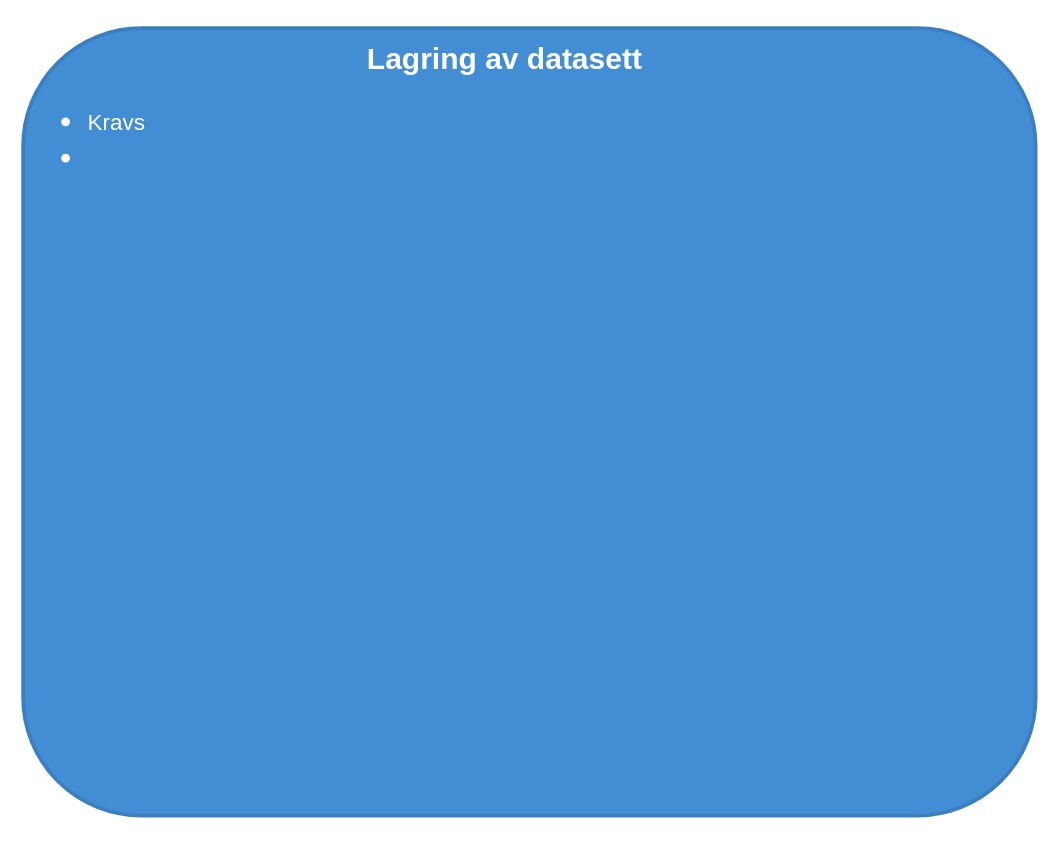
Before: page "Datalager" (9 of 14) of .drawio in mortenee/draw.io, a draw.io diagram. Source tidied: cells renumbered, new cells numbered last; positions are measured from the earlier drawing's top-left corner, leaving out a move shared by most shapes. Both pictures are drawn from the tidied source at 125%, with x=0, y=0 at pixel (22, 28).
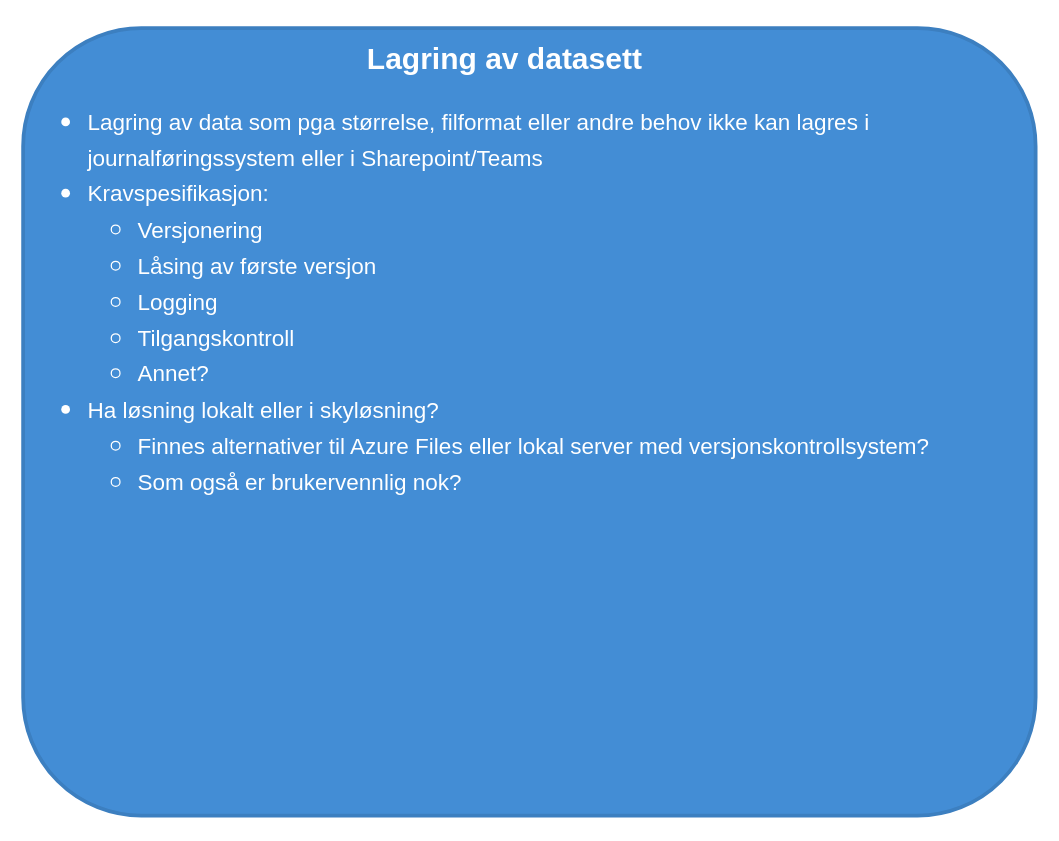
After the change.

Diff of the diagram source:
```diff
@@
 <mxGraphModel>
   <root>
     <mxCell id="0" />
     <mxCell id="1" parent="0" />
-    <mxCell id="2" value="&lt;h1 style=&quot;margin-top: 0px;&quot;&gt;&lt;div&gt;&lt;span style=&quot;font-size: 18px; font-weight: 400;&quot;&gt;&lt;br&gt;&lt;/span&gt;&lt;/div&gt;&lt;ul&gt;&lt;li&gt;&lt;span style=&quot;font-size: 18px; font-weight: 400;&quot;&gt;Kravs&lt;/span&gt;&lt;/li&gt;&lt;li&gt;&lt;span style=&quot;font-size: 18px; font-weight: 400;&quot;&gt;&lt;br&gt;&lt;/span&gt;&lt;/li&gt;&lt;/ul&gt;&lt;/h1&gt;" style="text;html=1;whiteSpace=wrap;overflow=hidden;rounded=1;fillColor=#438dd5;strokeColor=#3c7fc0;fontColor=#ffffff;fontFamily=Helvetica;fontSize=12;labelBackgroundColor=none;glass=0;shadow=0;strokeWidth=3;spacingLeft=10;" parent="1" vertex="1">
+    <mxCell id="2" value="&lt;h1 style=&quot;margin-top: 0px;&quot;&gt;&lt;div&gt;&lt;span style=&quot;font-size: 18px; font-weight: 400;&quot;&gt;&lt;br&gt;&lt;/span&gt;&lt;/div&gt;&lt;ul&gt;&lt;li&gt;&lt;span style=&quot;font-size: 18px; font-weight: 400;&quot;&gt;Lagring av data som pga størrelse, filformat eller andre behov ikke kan lagres i journalføringssystem eller i Sharepoint/Teams&lt;/span&gt;&lt;/li&gt;&lt;li&gt;&lt;span style=&quot;font-size: 18px; font-weight: 400;&quot;&gt;Kravspesifikasjon:&lt;/span&gt;&lt;/li&gt;&lt;ul&gt;&lt;li&gt;&lt;span style=&quot;font-size: 18px; font-weight: 400;&quot;&gt;Versjonering&lt;/span&gt;&lt;/li&gt;&lt;li&gt;&lt;span style=&quot;font-size: 18px; font-weight: 400;&quot;&gt;Låsing av første versjon&lt;/span&gt;&lt;/li&gt;&lt;li&gt;&lt;span style=&quot;font-size: 18px; font-weight: 400;&quot;&gt;Logging&lt;/span&gt;&lt;/li&gt;&lt;li&gt;&lt;span style=&quot;font-size: 18px; font-weight: 400;&quot;&gt;Tilgangskontroll&lt;/span&gt;&lt;/li&gt;&lt;li&gt;&lt;span style=&quot;font-size: 18px; font-weight: 400;&quot;&gt;Annet?&lt;/span&gt;&lt;/li&gt;&lt;/ul&gt;&lt;li&gt;&lt;span style=&quot;font-weight: 400; font-size: 18px; background-color: initial;&quot;&gt;Ha løsning lokalt eller i skyløsning?&lt;/span&gt;&lt;/li&gt;&lt;ul&gt;&lt;li&gt;&lt;span style=&quot;font-size: 18px; font-weight: 400;&quot;&gt;Finnes alternativer til Azure Files eller lokal server med versjonskontrollsystem?&amp;nbsp;&lt;/span&gt;&lt;/li&gt;&lt;li&gt;&lt;span style=&quot;font-size: 18px; font-weight: 400;&quot;&gt;Som også er brukervennlig nok?&lt;/span&gt;&lt;/li&gt;&lt;/ul&gt;&lt;/ul&gt;&lt;/h1&gt;" style="text;html=1;whiteSpace=wrap;overflow=hidden;rounded=1;fillColor=#438dd5;strokeColor=#3c7fc0;fontColor=#ffffff;fontFamily=Helvetica;fontSize=12;labelBackgroundColor=none;glass=0;shadow=0;strokeWidth=3;spacingLeft=10;" parent="1" vertex="1">
       <mxGeometry width="810" height="630" as="geometry" />
     </mxCell>
     <mxCell id="3" value="&lt;h1&gt;Lagring av datasett&lt;/h1&gt;" style="text;html=1;align=center;verticalAlign=middle;rounded=0;fontColor=#FFFFFF;" parent="1" vertex="1">
       <mxGeometry x="320" y="10" width="130" height="30" as="geometry" />
     </mxCell>
   </root>
 </mxGraphModel>
```
